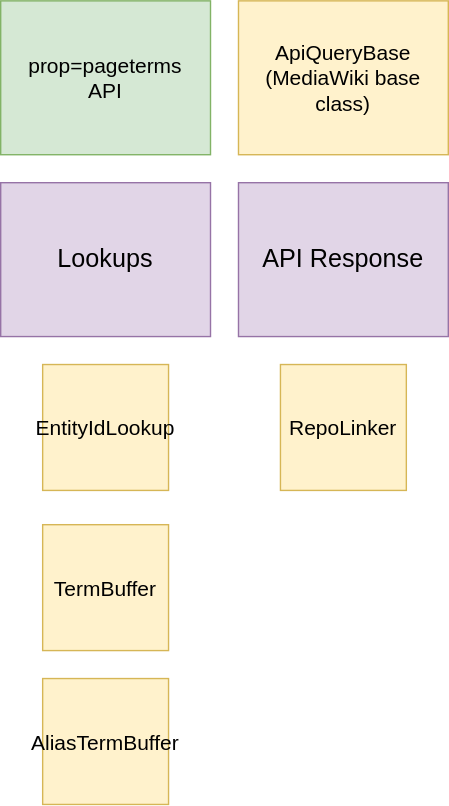
Above: systems/WikibaseClient/diagrams/05-api-pageterms.drawio.svg in wmde/wikidata-wikibase-architecture (draw.io), before the change. Source tidied: cells renumbered, new cells last; positions are measured from the earlier drawing's top-left corner, leaving out a move shared by most shapes.
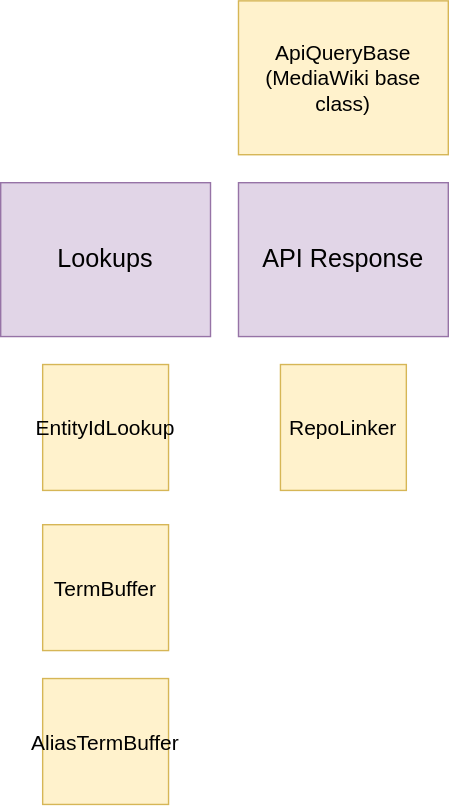
After the commit.

Diff of the diagram source:
```diff
@@ -5,9 +5,6 @@
     <mxCell id="2" value="&lt;div&gt;RepoLinker&lt;br&gt;&lt;/div&gt;" style="whiteSpace=wrap;html=1;fillColor=#fff2cc;strokeColor=#d6b656;fontSize=15;fontStyle=0;" parent="1" vertex="1">
       <mxGeometry x="200" y="260" width="90" height="90" as="geometry" />
     </mxCell>
-    <mxCell id="3" value="&lt;font style=&quot;font-size: 15px&quot;&gt;prop=pageterms&lt;br&gt;API&lt;/font&gt;" style="rounded=0;whiteSpace=wrap;html=1;fillColor=#d5e8d4;strokeColor=#82b366;" parent="1" vertex="1">
-      <mxGeometry width="150" height="110" as="geometry" />
-    </mxCell>
     <mxCell id="4" value="&lt;div style=&quot;font-size: 15px&quot;&gt;ApiQueryBase&lt;/div&gt;&lt;div style=&quot;font-size: 15px&quot;&gt;&lt;span&gt;(MediaWiki base class)&lt;/span&gt;&lt;/div&gt;" style="rounded=0;whiteSpace=wrap;html=1;fillColor=#fff2cc;strokeColor=#d6b656;" parent="1" vertex="1">
       <mxGeometry x="170" width="150" height="110" as="geometry" />
     </mxCell>
```
